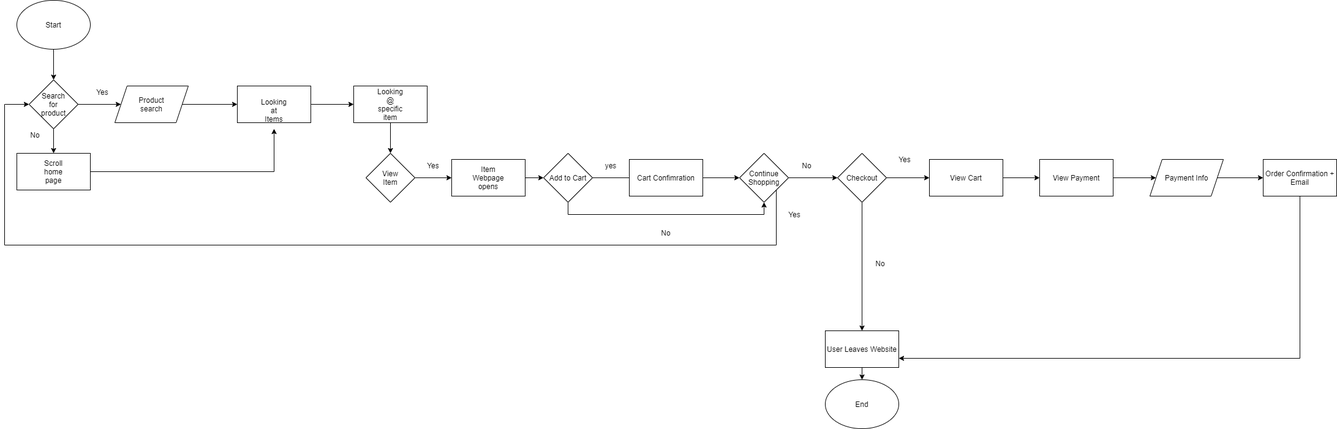
Above: part2/part2.drawio.png in derek-hwang27/sp21-cse110-lab4 (draw.io), before the change. Source tidied: cells renumbered, new cells last; positions are measured from the earlier drawing's top-left corner, leaving out a move shared by most shapes.
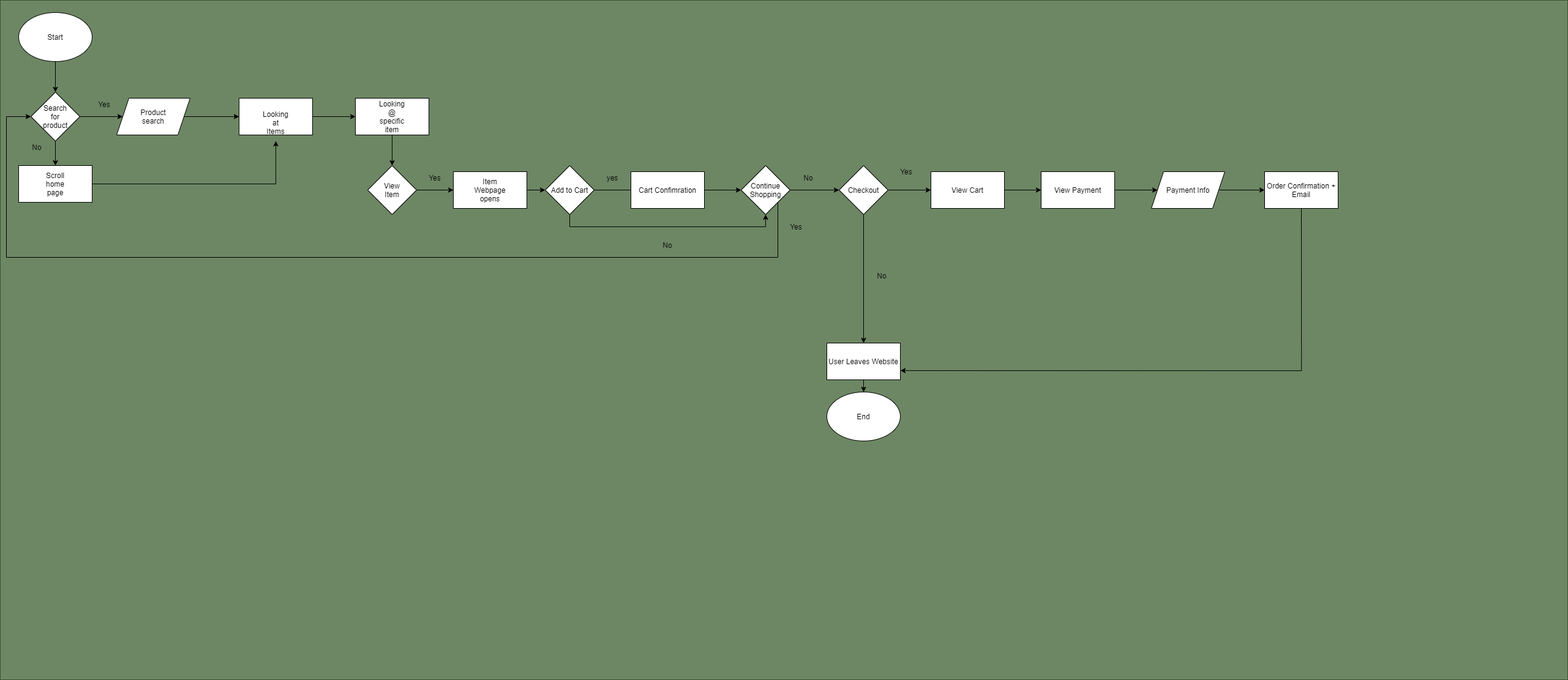
Later version of the same file.

Commit message:
added a background for visibility on part 2

What changed in the source:
```diff
@@ -2,6 +2,9 @@
   <root>
     <mxCell id="0" />
     <mxCell id="1" parent="0" />
+    <mxCell id="58" style="rounded=0;whiteSpace=wrap;html=1;fillColor=#6d8764;strokeColor=#3A5431;fontColor=#ffffff;" parent="1" vertex="1">
+      <mxGeometry x="-10" y="-20" width="2560" height="1110" as="geometry" />
+    </mxCell>
     <mxCell id="2" style="ellipse;whiteSpace=wrap;html=1;" parent="1" vertex="1">
       <mxGeometry x="20" width="120" height="80" as="geometry" />
     </mxCell>
```
